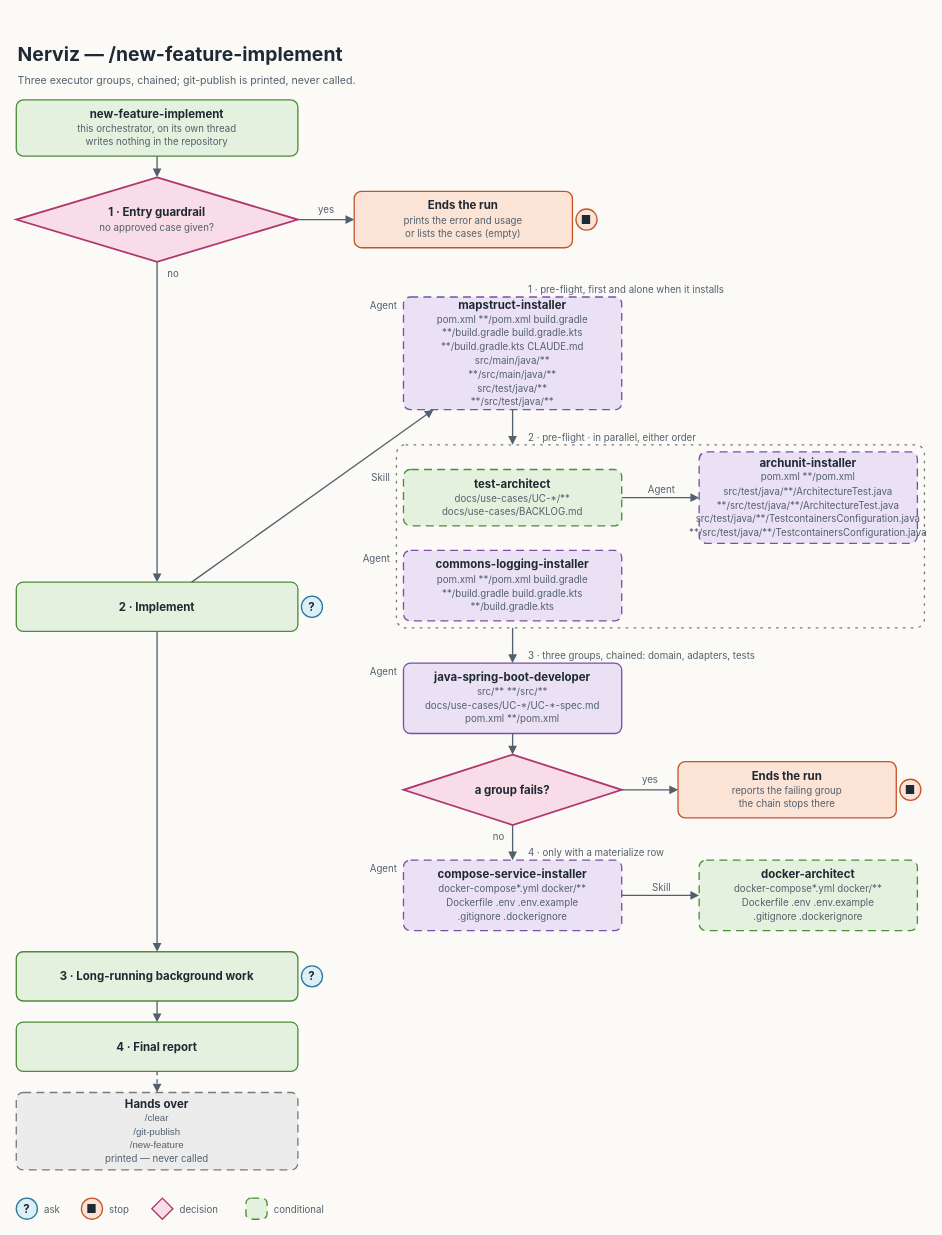
This is docs/diagrams/new-feature-implement/new-feature-implement.drawio from nerviz-ai/nerviz, a draw.io file, before an edit. Source tidied: cells renumbered, new cells numbered last; positions are measured from the earlier drawing's top-left corner, leaving out a move shared by most shapes. Both pictures are drawn from the tidied source at 88%, with x=0, y=0 at pixel (16, 36).
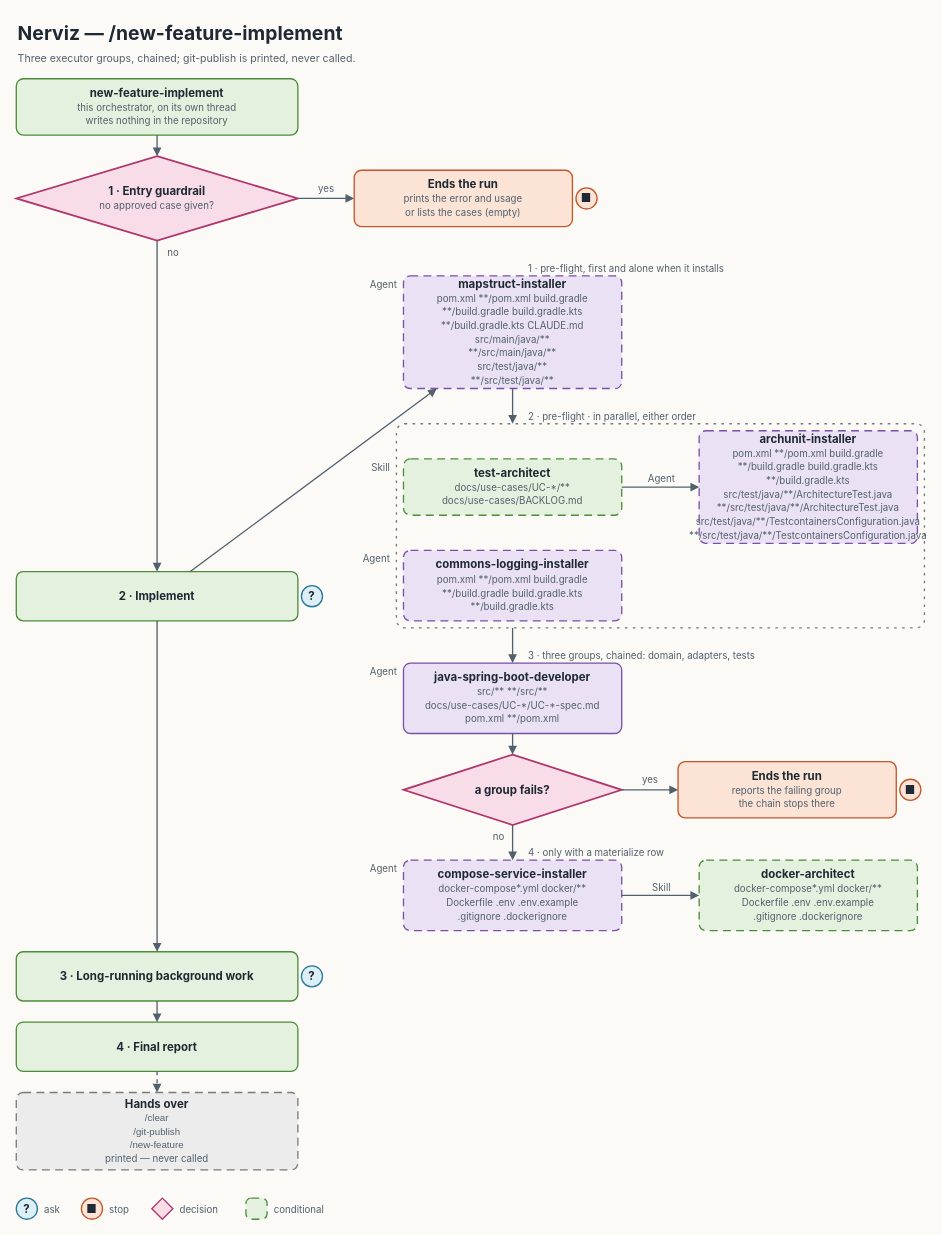
Above is the later version.

Change to the diagram source:
```diff
@@
     <mxCell id="2" value="&lt;b&gt;Nerviz — /new-feature-implement&lt;/b&gt;&lt;br/&gt;&lt;font style=&quot;font-size:12px&quot; color=&quot;#52606D&quot;&gt;Three executor groups, chained; git-publish is printed, never called.&lt;/font&gt;" style="text;html=1;align=left;verticalAlign=top;whiteSpace=wrap;fontSize=22;fontFamily=Inter;fontColor=#1F2933;" parent="1" vertex="1">
-      <mxGeometry width="1032" height="56" as="geometry" />
+      <mxGeometry y="-24" width="1032" height="56" as="geometry" />
     </mxCell>
     <mxCell id="3" value="&lt;b&gt;new-feature-implement&lt;/b&gt;&lt;br/&gt;&lt;font style=&quot;font-size:11px&quot; color=&quot;#52606D&quot;&gt;this orchestrator, on its own thread&lt;/font&gt;&lt;br/&gt;&lt;font style=&quot;font-size:11px&quot; color=&quot;#52606D&quot;&gt;writes nothing in the repository&lt;/font&gt;" style="rounded=1;arcSize=13;html=1;whiteSpace=wrap;fontSize=13;fontFamily=Inter;fontColor=#1F2933;fillColor=#E4F1DE;strokeColor=#4C8C3A;strokeWidth=1.5;" parent="1" vertex="1">
-      <mxGeometry y="72" width="320" height="64" as="geometry" />
+      <mxGeometry y="48" width="320" height="64" as="geometry" />
     </mxCell>
     <mxCell id="4" value="&lt;b&gt;1 · Entry guardrail&lt;/b&gt;&lt;br/&gt;&lt;font style=&quot;font-size:11px&quot; color=&quot;#52606D&quot;&gt;no approved case given?&lt;/font&gt;" style="rhombus;html=1;whiteSpace=wrap;fontSize=13;fontFamily=Inter;fontColor=#1F2933;fillColor=#F8DCE8;strokeColor=#B0366E;strokeWidth=2;" parent="1" vertex="1">
-      <mxGeometry y="160" width="320" height="96" as="geometry" />
+      <mxGeometry y="136" width="320" height="96" as="geometry" />
     </mxCell>
     <mxCell id="5" value="&lt;b&gt;Ends the run&lt;/b&gt;&lt;br/&gt;&lt;font style=&quot;font-size:11px&quot; color=&quot;#52606D&quot;&gt;prints the error and usage&lt;/font&gt;&lt;br/&gt;&lt;font style=&quot;font-size:11px&quot; color=&quot;#52606D&quot;&gt;or lists the cases (empty)&lt;/font&gt;" style="rounded=1;arcSize=13;html=1;whiteSpace=wrap;fontSize=13;fontFamily=Inter;fontColor=#1F2933;fillColor=#FBE3D6;strokeColor=#C4572A;strokeWidth=1.5;" parent="1" vertex="1">
-      <mxGeometry x="384" y="176" width="248" height="64" as="geometry" />
+      <mxGeometry x="384" y="152" width="248" height="64" as="geometry" />
     </mxCell>
     <mxCell id="6" value="&lt;b&gt;■&lt;/b&gt;" style="rounded=1;arcSize=50;html=1;whiteSpace=wrap;fontSize=13;fontFamily=Inter;fontColor=#1F2933;fillColor=#FBE3D6;strokeColor=#C4572A;strokeWidth=1.5;" parent="1" vertex="1">
-      <mxGeometry x="636" y="196" width="24" height="24" as="geometry" />
+      <mxGeometry x="636" y="172" width="24" height="24" as="geometry" />
     </mxCell>
     <mxCell id="7" value="&lt;b&gt;2 · Implement&lt;/b&gt;" style="rounded=1;arcSize=14;html=1;whiteSpace=wrap;fontSize=13;fontFamily=Inter;fontColor=#1F2933;fillColor=#E4F1DE;strokeColor=#4C8C3A;strokeWidth=1.5;" parent="1" vertex="1">
-      <mxGeometry y="620" width="320" height="56" as="geometry" />
+      <mxGeometry y="608" width="320" height="56" as="geometry" />
     </mxCell>
     <mxCell id="8" value="&lt;b&gt;mapstruct-installer&lt;/b&gt;&lt;br/&gt;&lt;font style=&quot;font-size:11px&quot; color=&quot;#52606D&quot;&gt;pom.xml **/pom.xml build.gradle&lt;/font&gt;&lt;br/&gt;&lt;font style=&quot;font-size:11px&quot; color=&quot;#52606D&quot;&gt;**/build.gradle build.gradle.kts&lt;/font&gt;&lt;br/&gt;&lt;font style=&quot;font-size:11px&quot; color=&quot;#52606D&quot;&gt;**/build.gradle.kts CLAUDE.md&lt;/font&gt;&lt;br/&gt;&lt;font style=&quot;font-size:11px&quot; color=&quot;#52606D&quot;&gt;src/main/java/**&lt;/font&gt;&lt;br/&gt;&lt;font style=&quot;font-size:11px&quot; color=&quot;#52606D&quot;&gt;**/src/main/java/**&lt;/font&gt;&lt;br/&gt;&lt;font style=&quot;font-size:11px&quot; color=&quot;#52606D&quot;&gt;src/test/java/**&lt;/font&gt;&lt;br/&gt;&lt;font style=&quot;font-size:11px&quot; color=&quot;#52606D&quot;&gt;**/src/test/java/**&lt;/font&gt;" style="rounded=1;arcSize=6;html=1;whiteSpace=wrap;fontSize=13;fontFamily=Inter;fontColor=#1F2933;fillColor=#EBE1F5;strokeColor=#7A4FA8;strokeWidth=1.5;dashed=1;dashPattern=6 4;" parent="1" vertex="1">
-      <mxGeometry x="440" y="296" width="248" height="128" as="geometry" />
+      <mxGeometry x="440" y="272" width="248" height="128" as="geometry" />
     </mxCell>
-    <mxCell id="9" style="rounded=1;arcSize=5;html=1;fillColor=none;strokeColor=#7A7A7A;strokeWidth=1.5;dashed=1;dashPattern=2 4;" parent="1" vertex="1">
-      <mxGeometry x="432" y="464" width="600" height="208" as="geometry" />
+    <mxCell id="9" style="rounded=1;arcSize=4;html=1;fillColor=none;strokeColor=#7A7A7A;strokeWidth=1.5;dashed=1;dashPattern=2 4;" parent="1" vertex="1">
+      <mxGeometry x="432" y="440" width="600" height="232" as="geometry" />
     </mxCell>
     <mxCell id="10" value="&lt;b&gt;test-architect&lt;/b&gt;&lt;br/&gt;&lt;font style=&quot;font-size:11px&quot; color=&quot;#52606D&quot;&gt;docs/use-cases/UC-*/**&lt;/font&gt;&lt;br/&gt;&lt;font style=&quot;font-size:11px&quot; color=&quot;#52606D&quot;&gt;docs/use-cases/BACKLOG.md&lt;/font&gt;" style="rounded=1;arcSize=13;html=1;whiteSpace=wrap;fontSize=13;fontFamily=Inter;fontColor=#1F2933;fillColor=#E4F1DE;strokeColor=#4C8C3A;strokeWidth=1.5;dashed=1;dashPattern=6 4;" parent="1" vertex="1">
-      <mxGeometry x="440" y="492" width="248" height="64" as="geometry" />
+      <mxGeometry x="440" y="480" width="248" height="64" as="geometry" />
     </mxCell>
-    <mxCell id="11" value="&lt;b&gt;archunit-installer&lt;/b&gt;&lt;br/&gt;&lt;font style=&quot;font-size:11px&quot; color=&quot;#52606D&quot;&gt;pom.xml **/pom.xml&lt;/font&gt;&lt;br/&gt;&lt;font style=&quot;font-size:11px&quot; color=&quot;#52606D&quot;&gt;src/test/java/**/ArchitectureTest.java&lt;/font&gt;&lt;br/&gt;&lt;font style=&quot;font-size:11px&quot; color=&quot;#52606D&quot;&gt;**/src/test/java/**/ArchitectureTest.java&lt;/font&gt;&lt;br/&gt;&lt;font style=&quot;font-size:11px&quot; color=&quot;#52606D&quot;&gt;src/test/java/**/TestcontainersConfiguration.java&lt;/font&gt;&lt;br/&gt;&lt;font style=&quot;font-size:11px&quot; color=&quot;#52606D&quot;&gt;**/src/test/java/**/TestcontainersConfiguration.java&lt;/font&gt;" style="rounded=1;arcSize=8;html=1;whiteSpace=wrap;fontSize=13;fontFamily=Inter;fontColor=#1F2933;fillColor=#EBE1F5;strokeColor=#7A4FA8;strokeWidth=1.5;dashed=1;dashPattern=6 4;" parent="1" vertex="1">
-      <mxGeometry x="776" y="472" width="248" height="104" as="geometry" />
+    <mxCell id="11" value="&lt;b&gt;archunit-installer&lt;/b&gt;&lt;br/&gt;&lt;font style=&quot;font-size:11px&quot; color=&quot;#52606D&quot;&gt;pom.xml **/pom.xml build.gradle&lt;/font&gt;&lt;br/&gt;&lt;font style=&quot;font-size:11px&quot; color=&quot;#52606D&quot;&gt;**/build.gradle build.gradle.kts&lt;/font&gt;&lt;br/&gt;&lt;font style=&quot;font-size:11px&quot; color=&quot;#52606D&quot;&gt;**/build.gradle.kts&lt;/font&gt;&lt;br/&gt;&lt;font style=&quot;font-size:11px&quot; color=&quot;#52606D&quot;&gt;src/test/java/**/ArchitectureTest.java&lt;/font&gt;&lt;br/&gt;&lt;font style=&quot;font-size:11px&quot; color=&quot;#52606D&quot;&gt;**/src/test/java/**/ArchitectureTest.java&lt;/font&gt;&lt;br/&gt;&lt;font style=&quot;font-size:11px&quot; color=&quot;#52606D&quot;&gt;src/test/java/**/TestcontainersConfiguration.java&lt;/font&gt;&lt;br/&gt;&lt;font style=&quot;font-size:11px&quot; color=&quot;#52606D&quot;&gt;**/src/test/java/**/TestcontainersConfiguration.java&lt;/font&gt;" style="rounded=1;arcSize=6;html=1;whiteSpace=wrap;fontSize=13;fontFamily=Inter;fontColor=#1F2933;fillColor=#EBE1F5;strokeColor=#7A4FA8;strokeWidth=1.5;dashed=1;dashPattern=6 4;" parent="1" vertex="1">
+      <mxGeometry x="776" y="448" width="248" height="128" as="geometry" />
     </mxCell>
@@
     <mxCell id="19" value="&lt;b&gt;?&lt;/b&gt;" style="rounded=1;arcSize=50;html=1;whiteSpace=wrap;fontSize=13;fontFamily=Inter;fontColor=#1F2933;fillColor=#DCEFF7;strokeColor=#2B7A9B;strokeWidth=1.5;" parent="1" vertex="1">
-      <mxGeometry x="324" y="636" width="24" height="24" as="geometry" />
+      <mxGeometry x="324" y="624" width="24" height="24" as="geometry" />
     </mxCell>
@@
     <mxCell id="31" style="edgeStyle=none;html=1;endArrow=block;endFill=1;strokeColor=#52606D;strokeWidth=1.5;" parent="1" edge="1">
       <mxGeometry relative="1" as="geometry">
-        <mxPoint x="564" y="424" as="sourcePoint" />
-        <mxPoint x="564" y="464" as="targetPoint" />
+        <mxPoint x="564" y="400" as="sourcePoint" />
+        <mxPoint x="564" y="440" as="targetPoint" />
       </mxGeometry>
     </mxCell>
@@
     <mxCell id="42" value="yes" style="text;html=1;align=center;verticalAlign=middle;whiteSpace=nowrap;fontSize=11;fontFamily=Inter;fontColor=#52606D;" parent="1" vertex="1">
-      <mxGeometry x="342" y="189" width="20" height="15" as="geometry" />
+      <mxGeometry x="342" y="165" width="20" height="15" as="geometry" />
     </mxCell>
     <mxCell id="43" value="Agent" style="text;html=1;align=right;verticalAlign=middle;whiteSpace=nowrap;fontSize=11;fontFamily=Inter;fontColor=#52606D;" parent="1" vertex="1">
-      <mxGeometry x="401" y="298" width="33" height="15" as="geometry" />
+      <mxGeometry x="401" y="274" width="33" height="15" as="geometry" />
     </mxCell>
     <mxCell id="44" value="1 · pre-flight, first and alone when it installs" style="text;html=1;align=left;verticalAlign=middle;whiteSpace=nowrap;fontSize=11;fontFamily=Inter;fontColor=#52606D;" parent="1" vertex="1">
-      <mxGeometry x="580" y="280" width="317" height="15" as="geometry" />
+      <mxGeometry x="580" y="256" width="317" height="15" as="geometry" />
     </mxCell>
     <mxCell id="45" value="Agent" style="text;html=1;align=center;verticalAlign=middle;whiteSpace=nowrap;fontSize=11;fontFamily=Inter;fontColor=#52606D;" parent="1" vertex="1">
-      <mxGeometry x="716" y="507" width="33" height="15" as="geometry" />
+      <mxGeometry x="716" y="495" width="33" height="15" as="geometry" />
     </mxCell>
     <mxCell id="46" value="Skill" style="text;html=1;align=right;verticalAlign=middle;whiteSpace=nowrap;fontSize=11;fontFamily=Inter;fontColor=#52606D;" parent="1" vertex="1">
-      <mxGeometry x="393" y="494" width="33" height="15" as="geometry" />
+      <mxGeometry x="393" y="482" width="33" height="15" as="geometry" />
     </mxCell>
@@
     <mxCell id="48" value="2 · pre-flight · in parallel, either order" style="text;html=1;align=left;verticalAlign=middle;whiteSpace=nowrap;fontSize=11;fontFamily=Inter;fontColor=#52606D;" parent="1" vertex="1">
-      <mxGeometry x="580" y="448" width="277" height="15" as="geometry" />
+      <mxGeometry x="580" y="424" width="277" height="15" as="geometry" />
     </mxCell>
@@
     <mxCell id="56" value="no" style="text;html=1;align=left;verticalAlign=middle;whiteSpace=nowrap;fontSize=11;fontFamily=Inter;fontColor=#52606D;" parent="1" vertex="1">
-      <mxGeometry x="170" y="262" width="13" height="15" as="geometry" />
+      <mxGeometry x="170" y="238" width="13" height="15" as="geometry" />
     </mxCell>
```
